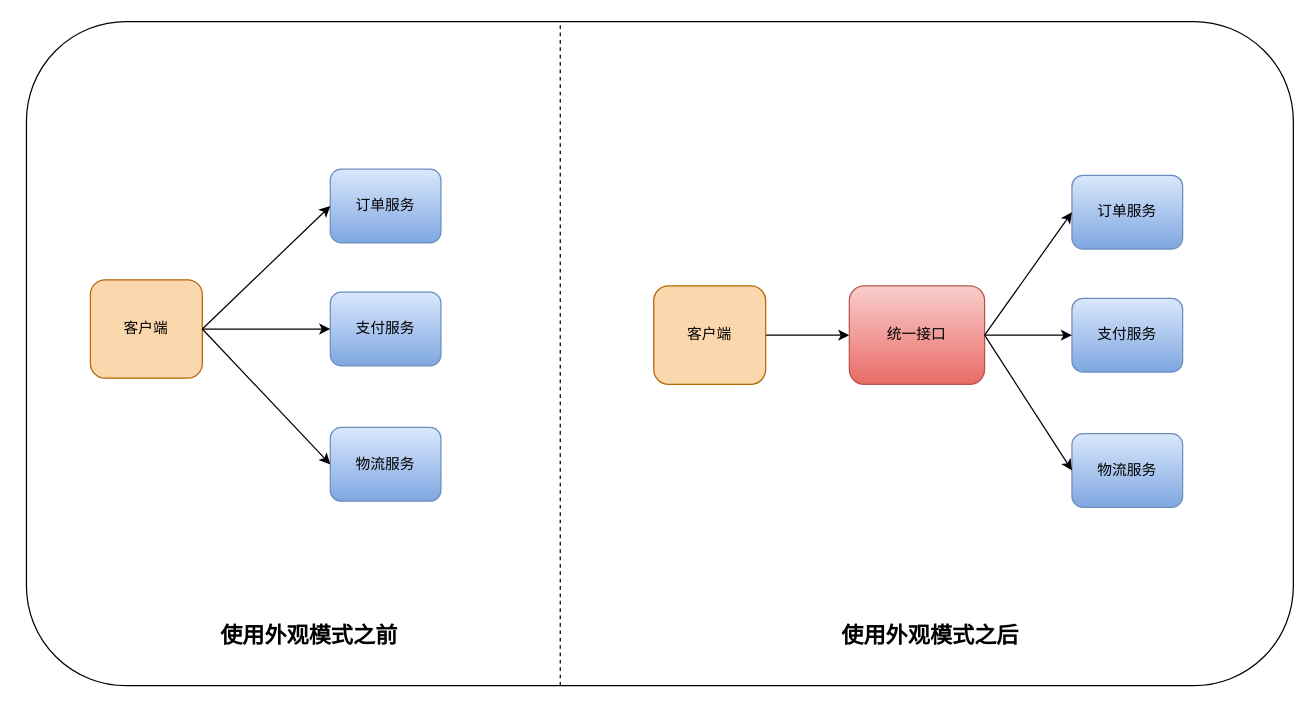
Earlier version of the draw.io diagram 设计模式/外观模式/Pattern-facede.drawio (Muggle666/PicGo). Source tidied: cells renumbered, new cells numbered last; positions are measured from the earlier drawing's top-left corner, leaving out a move shared by most shapes. Both pictures are drawn from the tidied source at 123%, with x=0, y=0 at pixel (26, 21).
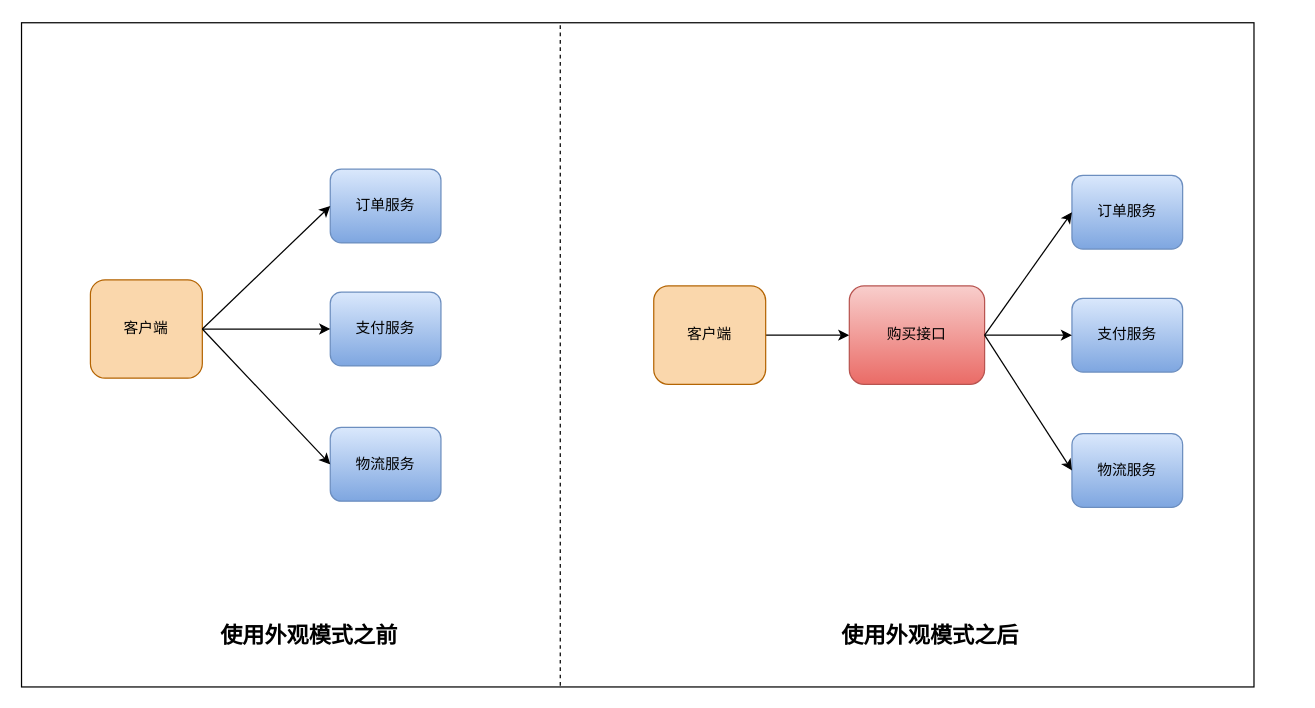
The same page after the edit.

The edit, as a diff of the source:
```diff
@@
-    <mxCell id="2" style="rounded=1;whiteSpace=wrap;html=1;" parent="1" vertex="1">
-      <mxGeometry width="1030" height="540" as="geometry" />
-    </mxCell>
+    <mxCell id="22" style="rounded=0;whiteSpace=wrap;html=1;fontSize=18;" parent="1" vertex="1">
+      <mxGeometry x="-4" y="1" width="1002" height="540" as="geometry" />
+    </mxCell>
@@
-    <mxCell id="15" value="统一接口" style="rounded=1;whiteSpace=wrap;html=1;gradientColor=#ea6b66;fillColor=#f8cecc;strokeColor=#b85450;" parent="1" vertex="1">
+    <mxCell id="15" value="购买接口" style="rounded=1;whiteSpace=wrap;html=1;gradientColor=#ea6b66;fillColor=#f8cecc;strokeColor=#b85450;" parent="1" vertex="1">
       <mxGeometry x="669" y="215" width="110" height="80" as="geometry" />
     </mxCell>
```
